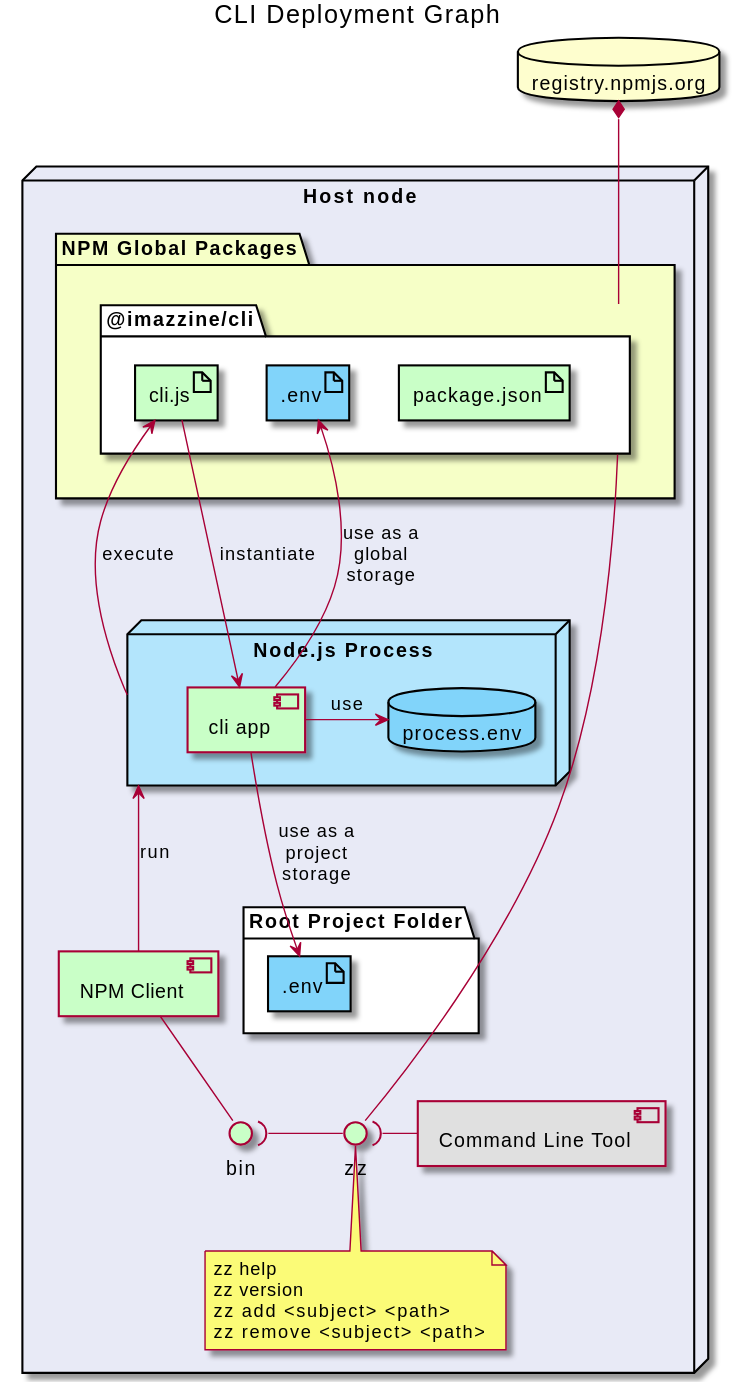
Earlier version of the PlantUML export design/svg/cli/deployment_graph.svg (imazzine/cli). The source it was exported from:
```plantuml
@startuml deployment_graph
    skinparam {
        FontName "Courier New"
    }

    title CLI Deployment Graph
    database "registry.npmjs.org" as npmRegister
    node "Host node" as hostNode #e8eaf6 {
        component "NPM Client" as npmClient #c9ffc7
        interface "bin" as npmBinAPI [[https://docs.npmjs.com/files/package.json#bin]] #c9ffc7
        folder "NPM Global Packages" as npmGlobalPackages #f6ffc7 {
            package "@imazzine/cli" as cliPackage  #ffffff {
                artifact "package.json" as packageJson [[./cliPackageJson.svg]] #c9ffc7
                artifact ".env" as dotenvGlobal #81d4fa
                artifact "cli.js" as cliJs #c9ffc7
            }
        }
        folder "Root Project Folder" as projectScope #ffffff {
            artifact ".env" as dotenvProject #81d4fa
        }
        node "Node.js Process" as nodeJs #b3e5fc {
            component "cli app" as cli [[./cli_app.svg]] #c9ffc7
            database "process.env" as env #81d4fa
            cli -> env: use
        }
        interface "zz" as zzInterface #c9ffc7
        component "Command Line Tool" as commandLineTool #e0e0e0
        npmRegister *-- cliPackage
        npmClient -- npmBinAPI
        cliPackage -- zzInterface
        npmBinAPI )- zzInterface
        zzInterface )- commandLineTool
        nodeJs <-- npmClient: run
        cliJs <-- nodeJs: execute
        cliJs --> cli: instantiate
        cli --> dotenvProject: use as a\nproject\nstorage
        dotenvGlobal <-- cli: use as a\nglobal\nstorage
        note as zzCliList
            zz help
            zz version
            zz add <subject> <path>
            zz remove <subject> <path>
        end note
        zzInterface .. zzCliList
    }
@enduml
```
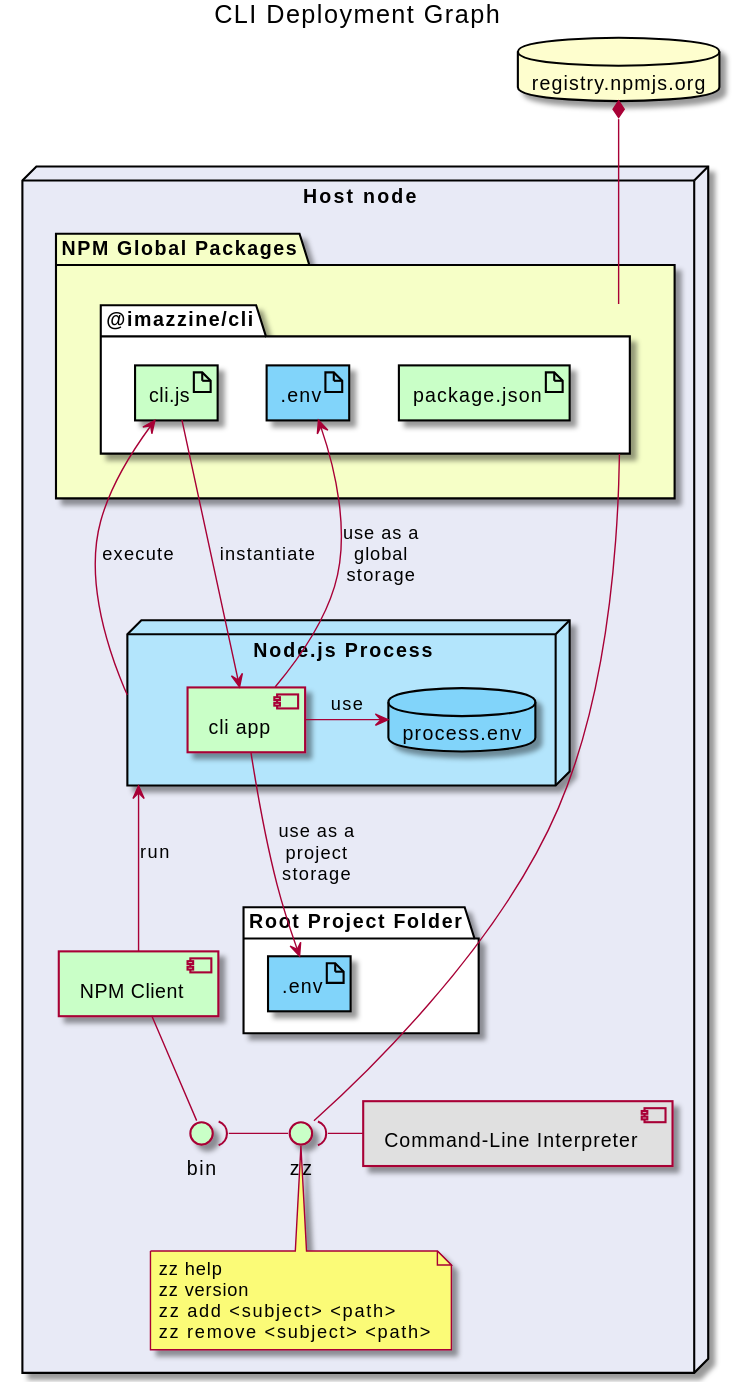
Later version of the same file.

Diff of the diagram source:
```diff
@@ -6,7 +6,7 @@
     title CLI Deployment Graph
     database "registry.npmjs.org" as npmRegister
     node "Host node" as hostNode #e8eaf6 {
-        component "NPM Client" as npmClient #c9ffc7
+        component "NPM Client" as npmClient [[https://www.npmjs.com/get-npm]] #c9ffc7
         interface "bin" as npmBinAPI [[https://docs.npmjs.com/files/package.json#bin]] #c9ffc7
         folder "NPM Global Packages" as npmGlobalPackages #f6ffc7 {
             package "@imazzine/cli" as cliPackage  #ffffff {
@@ -24,7 +24,7 @@
             cli -> env: use
         }
         interface "zz" as zzInterface #c9ffc7
-        component "Command Line Tool" as commandLineTool #e0e0e0
+        component "Command-Line Interpreter" as commandLineTool [[https://en.wikipedia.org/wiki/List_of_command-line_interpreters]] #e0e0e0
         npmRegister *-- cliPackage
         npmClient -- npmBinAPI
         cliPackage -- zzInterface
```
